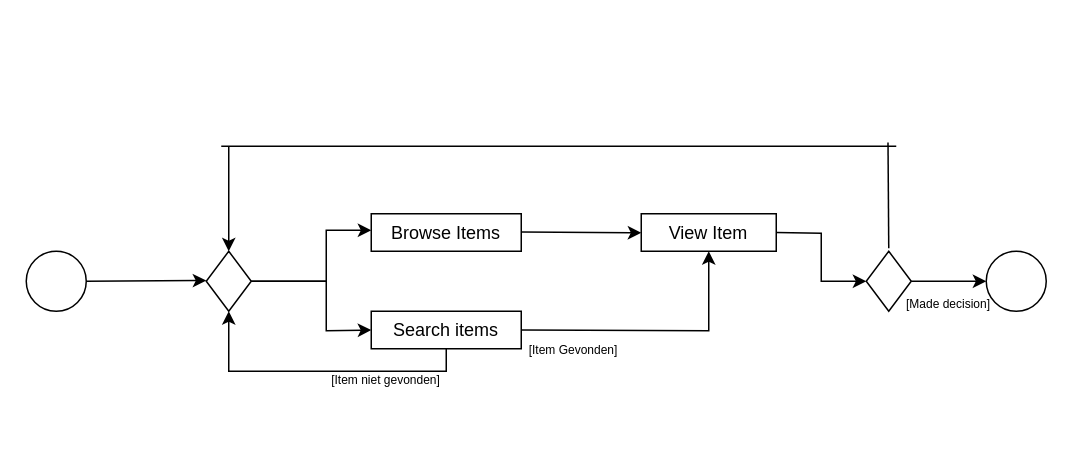
Above: diagrams/Activity diagram - Customer journey.drawio in YoungSilent/nerdy_gadgets (draw.io), before the change. Source tidied: cells renumbered, new cells numbered last; positions are measured from the earlier drawing's top-left corner, leaving out a move shared by most shapes. Both pictures are drawn from the tidied source at 150%, with x=0, y=0 at pixel (26, 142).
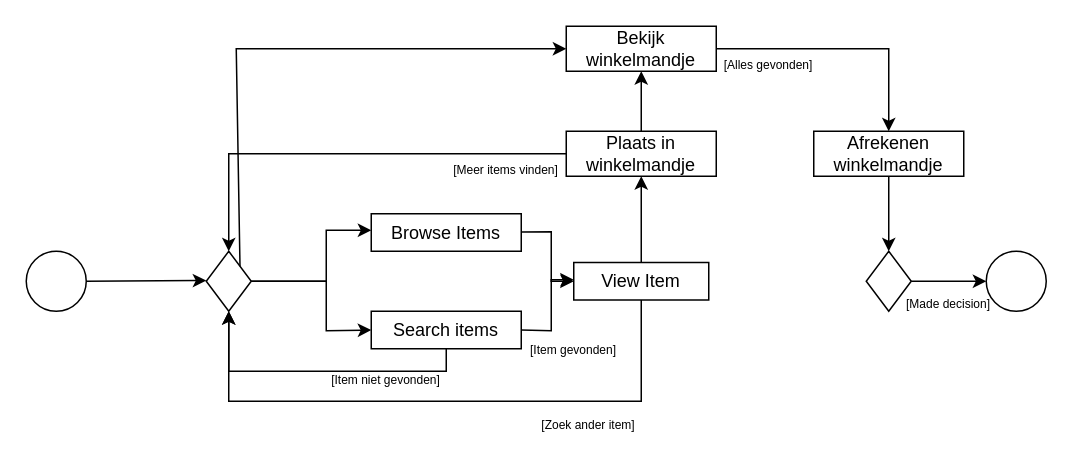
Above is the later version.

Unchanged cells that the change refers to:
```xml
<mxCell id="8" style="rhombus;whiteSpace=wrap;html=1;" parent="1" vertex="1">
  <mxGeometry x="560" y="72" width="30" height="40" as="geometry" />
</mxCell>
<mxCell id="11" style="rhombus;whiteSpace=wrap;html=1;" parent="1" vertex="1">
  <mxGeometry x="120" y="72" width="30" height="40" as="geometry" />
</mxCell>
<mxCell id="17" value="&lt;div&gt;Search items&lt;/div&gt;" style="rounded=0;whiteSpace=wrap;html=1;" parent="1" vertex="1">
  <mxGeometry x="230" y="112" width="100" height="25" as="geometry" />
</mxCell>
```

The edit, as a diff of the source:
```diff
@@
-    <mxCell id="3" value="&lt;div&gt;Browse Items&lt;/div&gt;" style="rounded=0;whiteSpace=wrap;html=1;" parent="1" vertex="1">
+    <mxCell id="3" value="&lt;div&gt;Browse Items&lt;/div&gt;" style="rounded=0;whiteSpace=wrap;html=1;fontStyle=0;" parent="1" vertex="1">
       <mxGeometry x="230" y="47" width="100" height="25" as="geometry" />
     </mxCell>
@@
-    <mxCell id="7" style="endArrow=classic;html=1;rounded=0;entryX=0;entryY=0.5;entryDx=0;entryDy=0;exitX=1;exitY=0.5;exitDx=0;exitDy=0;" parent="1" edge="1" source="9" target="8">
-      <mxGeometry relative="1" as="geometry">
-        <Array as="points">
-          <mxPoint x="530" y="60" />
-          <mxPoint x="530" y="92" />
-        </Array>
-      </mxGeometry>
-    </mxCell>
@@
     <mxCell id="9" value="View Item" style="rounded=0;whiteSpace=wrap;html=1;" parent="1" vertex="1">
-      <mxGeometry x="410" y="47" width="90" height="25" as="geometry" />
+      <mxGeometry x="365" y="79.5" width="90" height="25" as="geometry" />
     </mxCell>
-    <mxCell id="10" style="endArrow=classic;html=1;rounded=0;entryX=0;entryY=0.5;entryDx=0;entryDy=0;" parent="1" edge="1">
+    <mxCell id="10" style="endArrow=classic;html=1;rounded=0;entryX=0;entryY=0.5;entryDx=0;entryDy=0;" parent="1" edge="1" target="9">
       <mxGeometry relative="1" as="geometry">
         <mxPoint x="330" y="59.2" as="sourcePoint" />
-        <mxPoint x="410" y="59.7" as="targetPoint" />
+        <Array as="points">
+          <mxPoint x="350" y="59" />
+          <mxPoint x="350" y="92" />
+        </Array>
       </mxGeometry>
     </mxCell>
@@
-    <mxCell id="13" style="endArrow=none;html=1;rounded=0;" parent="1" edge="1">
-      <mxGeometry relative="1" as="geometry">
-        <mxPoint x="575" y="70" as="sourcePoint" />
-        <mxPoint x="574.5" y="-0.5" as="targetPoint" />
-      </mxGeometry>
-    </mxCell>
-    <mxCell id="14" style="endArrow=none;html=1;rounded=0;" parent="1" edge="1">
-      <mxGeometry relative="1" as="geometry">
-        <mxPoint x="130" y="2" as="sourcePoint" />
-        <mxPoint x="580" y="2" as="targetPoint" />
-      </mxGeometry>
-    </mxCell>
-    <mxCell id="15" style="endArrow=classic;html=1;rounded=0;entryX=0.5;entryY=0;entryDx=0;entryDy=0;" parent="1" edge="1" target="11">
+    <mxCell id="15" style="endArrow=classic;html=1;rounded=0;entryX=0.5;entryY=0;entryDx=0;entryDy=0;exitX=0;exitY=0.5;exitDx=0;exitDy=0;" parent="1" edge="1" source="24" target="11">
       <mxGeometry relative="1" as="geometry">
-        <mxPoint x="135" y="2" as="sourcePoint" />
+        <Array as="points">
+          <mxPoint x="135" y="7" />
+        </Array>
       </mxGeometry>
     </mxCell>
@@
-    <mxCell id="19" style="endArrow=classic;html=1;rounded=0;exitX=1;exitY=0.5;exitDx=0;exitDy=0;entryX=0.5;entryY=1;entryDx=0;entryDy=0;" parent="1" edge="1" source="17" target="9">
+    <mxCell id="19" style="endArrow=classic;html=1;rounded=0;exitX=1;exitY=0.5;exitDx=0;exitDy=0;" parent="1" edge="1" source="17">
       <mxGeometry relative="1" as="geometry">
+        <mxPoint x="365" y="91" as="targetPoint" />
         <Array as="points">
-          <mxPoint x="455" y="125" />
+          <mxPoint x="350" y="125" />
+          <mxPoint x="350" y="91" />
         </Array>
       </mxGeometry>
     </mxCell>
@@
-    <mxCell id="21" value="&lt;font style=&quot;font-size: 8px;&quot;&gt;[Item Gevonden]&lt;/font&gt;" style="text;html=1;strokeColor=none;fillColor=none;align=center;verticalAlign=middle;whiteSpace=wrap;rounded=0;" parent="1" vertex="1">
+    <mxCell id="21" value="&lt;font style=&quot;font-size: 8px;&quot;&gt;[Item gevonden]&lt;/font&gt;" style="text;html=1;strokeColor=none;fillColor=none;align=center;verticalAlign=middle;whiteSpace=wrap;rounded=0;" parent="1" vertex="1">
       <mxGeometry x="330" y="122" width="70" height="30" as="geometry" />
     </mxCell>
@@
+    <mxCell id="23" style="edgeStyle=orthogonalEdgeStyle;rounded=0;jettySize=auto;html=1;exitX=0.5;exitY=0;exitDx=0;exitDy=0;entryX=0.5;entryY=1;entryDx=0;entryDy=0;" parent="1" edge="1" source="9" target="24">
+      <mxGeometry relative="1" as="geometry" />
+    </mxCell>
+    <mxCell id="24" value="Plaats in winkelmandje" style="rounded=0;whiteSpace=wrap;html=1;fontStyle=0;" parent="1" vertex="1">
+      <mxGeometry x="360" y="-8" width="100" height="30" as="geometry" />
+    </mxCell>
+    <mxCell id="25" value="Afrekenen winkelmandje" style="rounded=0;whiteSpace=wrap;html=1;" parent="1" vertex="1">
+      <mxGeometry x="525" y="-8" width="100" height="30" as="geometry" />
+    </mxCell>
+    <mxCell id="26" style="endArrow=classic;html=1;rounded=0;entryX=0.5;entryY=0;entryDx=0;entryDy=0;exitX=0.5;exitY=1;exitDx=0;exitDy=0;" parent="1" edge="1" source="25" target="8">
+      <mxGeometry relative="1" as="geometry" />
+    </mxCell>
+    <mxCell id="27" value="&lt;font style=&quot;font-size: 8px;&quot;&gt;[Meer items vinden]&lt;/font&gt;" style="text;html=1;strokeColor=none;fillColor=none;align=center;verticalAlign=middle;whiteSpace=wrap;rounded=0;" parent="1" vertex="1">
+      <mxGeometry x="275" y="2" width="90" height="30" as="geometry" />
+    </mxCell>
+    <mxCell id="28" value="&lt;font style=&quot;font-size: 8px;&quot;&gt;[Alles gevonden]&lt;/font&gt;" style="text;html=1;strokeColor=none;fillColor=none;align=center;verticalAlign=middle;whiteSpace=wrap;rounded=0;" parent="1" vertex="1">
+      <mxGeometry x="460" y="-68" width="70" height="30" as="geometry" />
+    </mxCell>
+    <mxCell id="29" style="edgeStyle=orthogonalEdgeStyle;rounded=0;orthogonalLoop=1;jettySize=auto;html=1;exitX=0.5;exitY=1;exitDx=0;exitDy=0;" parent="1" edge="1" source="27" target="27">
+      <mxGeometry relative="1" as="geometry" />
+    </mxCell>
+    <mxCell id="30" style="endArrow=classic;html=1;rounded=0;exitX=0.5;exitY=0;exitDx=0;exitDy=0;entryX=0.5;entryY=1;entryDx=0;entryDy=0;" parent="1" edge="1" source="24" target="31">
+      <mxGeometry relative="1" as="geometry" />
+    </mxCell>
+    <mxCell id="31" value="&lt;div&gt;Bekijk winkelmandje&lt;/div&gt;" style="rounded=0;whiteSpace=wrap;html=1;" parent="1" vertex="1">
+      <mxGeometry x="360" y="-78" width="100" height="30" as="geometry" />
+    </mxCell>
+    <mxCell id="32" style="endArrow=classic;html=1;rounded=0;entryX=0.5;entryY=0;entryDx=0;entryDy=0;exitX=1;exitY=0.5;exitDx=0;exitDy=0;" parent="1" edge="1" source="31" target="25">
+      <mxGeometry relative="1" as="geometry">
+        <Array as="points">
+          <mxPoint x="575" y="-63" />
+        </Array>
+      </mxGeometry>
+    </mxCell>
+    <mxCell id="33" style="endArrow=classic;html=1;rounded=0;exitX=1;exitY=0;exitDx=0;exitDy=0;entryX=0;entryY=0.5;entryDx=0;entryDy=0;" parent="1" edge="1" source="11" target="31">
+      <mxGeometry relative="1" as="geometry">
+        <Array as="points">
+          <mxPoint x="140" y="-63" />
+        </Array>
+      </mxGeometry>
+    </mxCell>
+    <mxCell id="34" style="endArrow=classic;html=1;rounded=0;exitX=0.5;exitY=1;exitDx=0;exitDy=0;entryX=0.5;entryY=1;entryDx=0;entryDy=0;" parent="1" edge="1" source="9">
+      <mxGeometry relative="1" as="geometry">
+        <mxPoint x="135" y="112" as="targetPoint" />
+        <Array as="points">
+          <mxPoint x="410" y="172" />
+          <mxPoint x="135" y="172" />
+        </Array>
+      </mxGeometry>
+    </mxCell>
+    <mxCell id="35" value="&lt;span style=&quot;font-size: 8px;&quot;&gt;[Zoek ander item]&lt;/span&gt;" style="text;html=1;strokeColor=none;fillColor=none;align=center;verticalAlign=middle;whiteSpace=wrap;rounded=0;" parent="1" vertex="1">
+      <mxGeometry x="340" y="172" width="70" height="30" as="geometry" />
+    </mxCell>
```
